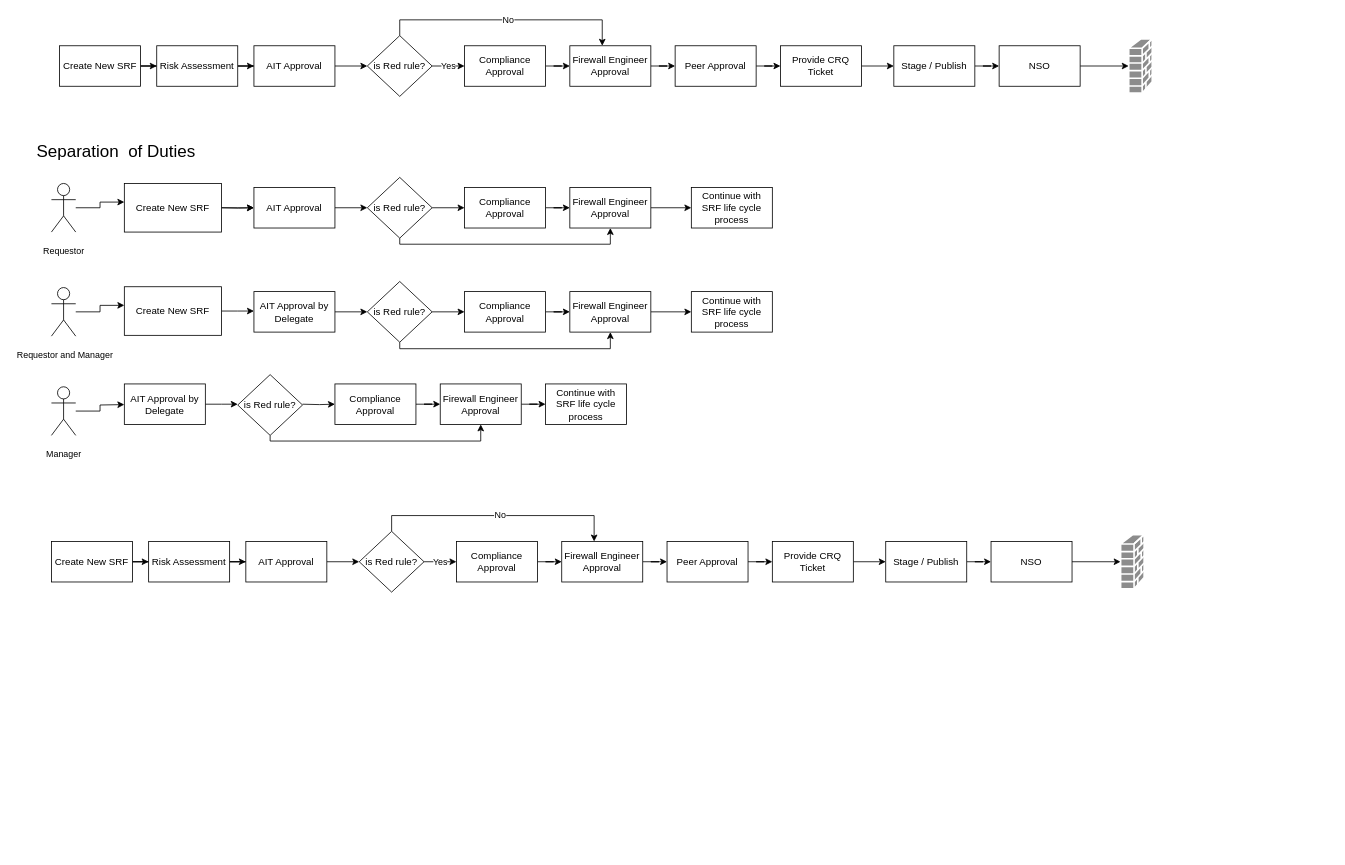
The draw.io diagram SRF Life Cycle.drawio in nilaratandas/drowInventory, before the edit. Source tidied: cells renumbered, new cells numbered last; positions are measured from the earlier drawing's top-left corner, leaving out a move shared by most shapes. Both pictures are drawn from the tidied source at 81%, with x=0, y=0 at pixel (27, 19).
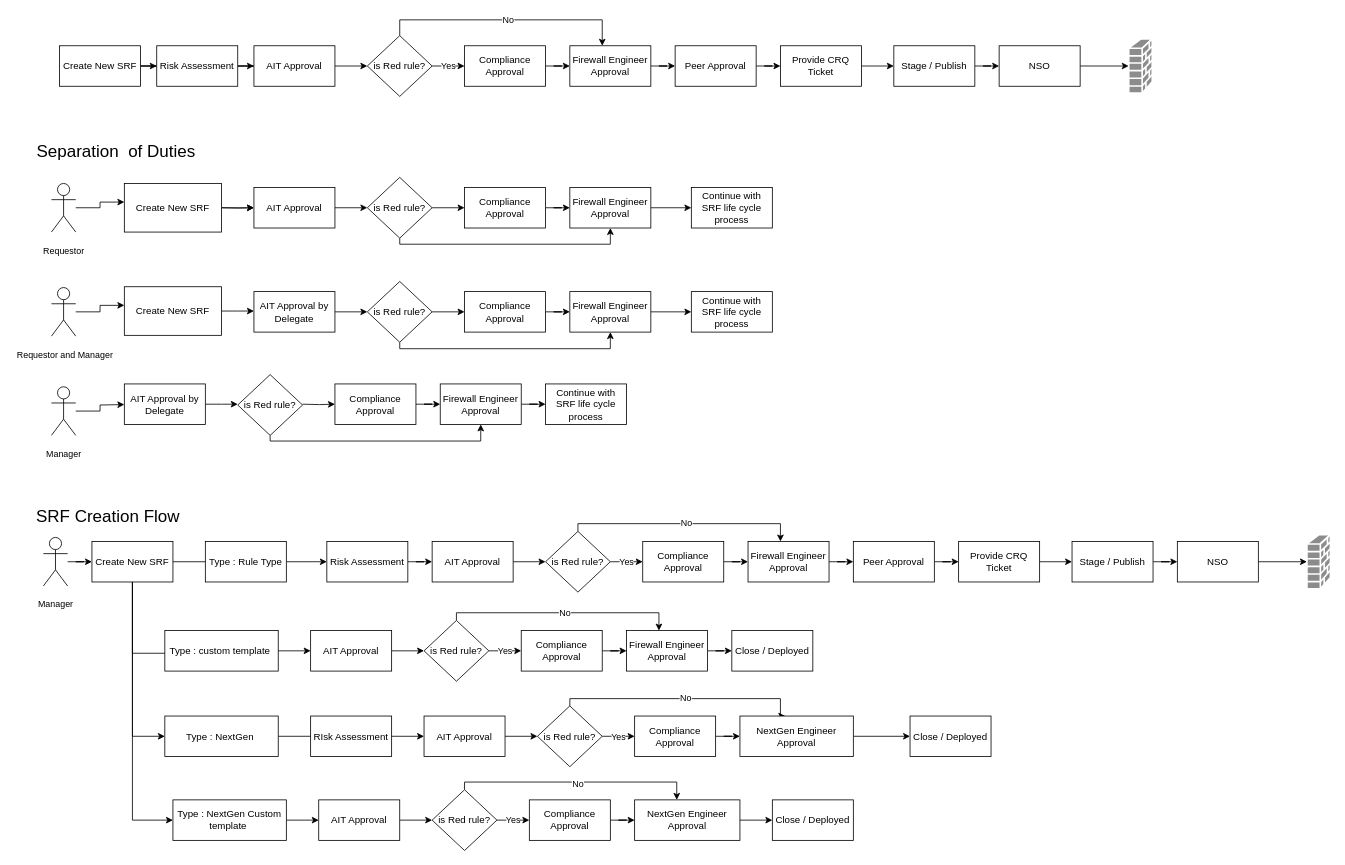
After the change.

Diff of the diagram source:
```diff
@@
-    <mxCell id="67" style="edgeStyle=orthogonalEdgeStyle;rounded=0;jettySize=auto;html=1;" parent="1" edge="1" source="68" target="70">
+    <mxCell id="67" style="edgeStyle=orthogonalEdgeStyle;rounded=0;jettySize=auto;html=1;startArrow=none;" parent="1" edge="1" source="96" target="70">
       <mxGeometry relative="1" as="geometry" />
     </mxCell>
+    <mxCell id="90" style="edgeStyle=orthogonalEdgeStyle;rounded=0;jettySize=auto;html=1;entryX=0;entryY=0.5;entryDx=0;entryDy=0;fontSize=11;" parent="1" edge="1" source="68" target="99">
+      <mxGeometry relative="1" as="geometry">
+        <Array as="points">
+          <mxPoint x="130" y="782" />
+          <mxPoint x="210" y="782" />
+        </Array>
+      </mxGeometry>
+    </mxCell>
+    <mxCell id="91" style="edgeStyle=orthogonalEdgeStyle;rounded=0;jettySize=auto;html=1;entryX=0;entryY=0.5;entryDx=0;entryDy=0;fontSize=11;" parent="1" edge="1" source="68" target="112">
+      <mxGeometry relative="1" as="geometry" />
+    </mxCell>
+    <mxCell id="92" style="edgeStyle=orthogonalEdgeStyle;rounded=0;jettySize=auto;html=1;entryX=0;entryY=0.5;entryDx=0;entryDy=0;fontSize=11;" parent="1" edge="1" source="68" target="126">
+      <mxGeometry relative="1" as="geometry" />
+    </mxCell>
     <mxCell id="68" value="Create New SRF" style="rounded=0;whiteSpace=wrap;html=1;" parent="1" vertex="1">
-      <mxGeometry x="30" y="644" width="100" height="50" as="geometry" />
+      <mxGeometry x="80" y="644" width="100" height="50" as="geometry" />
     </mxCell>
@@
     <mxCell id="70" value="Risk Assessment" style="rounded=0;whiteSpace=wrap;html=1;" parent="1" vertex="1">
-      <mxGeometry x="150" y="644" width="100" height="50" as="geometry" />
+      <mxGeometry x="370" y="644" width="100" height="50" as="geometry" />
     </mxCell>
@@
     <mxCell id="72" value="AIT Approval" style="rounded=0;whiteSpace=wrap;html=1;" parent="1" vertex="1">
-      <mxGeometry x="270" y="644" width="100" height="50" as="geometry" />
+      <mxGeometry x="500" y="644" width="100" height="50" as="geometry" />
     </mxCell>
@@
     <mxCell id="74" value="Compliance Approval" style="rounded=0;whiteSpace=wrap;html=1;" parent="1" vertex="1">
-      <mxGeometry x="530" y="644" width="100" height="50" as="geometry" />
+      <mxGeometry x="760" y="644" width="100" height="50" as="geometry" />
     </mxCell>
@@
     <mxCell id="76" style="edgeStyle=orthogonalEdgeStyle;rounded=0;jettySize=auto;html=1;entryX=0.4;entryY=0;entryDx=0;entryDy=0;entryPerimeter=0;fontSize=11;" parent="1" edge="1" source="78" target="80">
       <mxGeometry relative="1" as="geometry">
         <Array as="points">
-          <mxPoint x="450" y="612" />
-          <mxPoint x="700" y="612" />
+          <mxPoint x="680" y="622" />
+          <mxPoint x="930" y="622" />
         </Array>
       </mxGeometry>
     </mxCell>
@@
     <mxCell id="78" value="is Red rule?" style="rhombus;whiteSpace=wrap;html=1;" parent="1" vertex="1">
-      <mxGeometry x="410" y="631.5" width="80" height="75" as="geometry" />
+      <mxGeometry x="640" y="631.5" width="80" height="75" as="geometry" />
     </mxCell>
@@
     <mxCell id="80" value="Firewall Engineer Approval" style="rounded=0;whiteSpace=wrap;html=1;" parent="1" vertex="1">
-      <mxGeometry x="660" y="644" width="100" height="50" as="geometry" />
+      <mxGeometry x="890" y="644" width="100" height="50" as="geometry" />
     </mxCell>
@@
     <mxCell id="82" value="Peer Approval" style="rounded=0;whiteSpace=wrap;html=1;" parent="1" vertex="1">
-      <mxGeometry x="790" y="644" width="100" height="50" as="geometry" />
+      <mxGeometry x="1020" y="644" width="100" height="50" as="geometry" />
     </mxCell>
@@
     <mxCell id="84" value="Provide CRQ Ticket" style="rounded=0;whiteSpace=wrap;html=1;" parent="1" vertex="1">
-      <mxGeometry x="920" y="644" width="100" height="50" as="geometry" />
+      <mxGeometry x="1150" y="644" width="100" height="50" as="geometry" />
     </mxCell>
@@
     <mxCell id="86" value="Stage / Publish" style="rounded=0;whiteSpace=wrap;html=1;" parent="1" vertex="1">
-      <mxGeometry x="1060" y="644" width="100" height="50" as="geometry" />
+      <mxGeometry x="1290" y="644" width="100" height="50" as="geometry" />
     </mxCell>
@@
     <mxCell id="88" value="NSO" style="rounded=0;whiteSpace=wrap;html=1;" parent="1" vertex="1">
-      <mxGeometry x="1190" y="644" width="100" height="50" as="geometry" />
+      <mxGeometry x="1420" y="644" width="100" height="50" as="geometry" />
     </mxCell>
     <mxCell id="89" style="shape=mxgraph.cisco.security.firewall;sketch=0;html=1;dashed=0;fillColor=#8C8C8C;strokeColor=#ffffff;strokeWidth=2;verticalLabelPosition=bottom;verticalAlign=top;align=center;outlineConnect=0;" parent="1" vertex="1">
-      <mxGeometry x="1350" y="635.5" width="29" height="67" as="geometry" />
+      <mxGeometry x="1580" y="635.5" width="29" height="67" as="geometry" />
     </mxCell>
+    <mxCell id="93" value="SRF Creation Flow" style="text;html=1;strokeColor=none;fillColor=none;align=center;verticalAlign=middle;whiteSpace=wrap;rounded=0;fontSize=21;" parent="1" vertex="1">
+      <mxGeometry x="-10" y="591.5" width="220" height="40" as="geometry" />
+    </mxCell>
+    <mxCell id="94" style="edgeStyle=orthogonalEdgeStyle;rounded=0;jettySize=auto;html=1;entryX=0;entryY=0.5;entryDx=0;entryDy=0;fontSize=11;" parent="1" edge="1" source="95" target="68">
+      <mxGeometry relative="1" as="geometry" />
+    </mxCell>
+    <mxCell id="95" value="&lt;span style=&quot;font-size: 11px&quot;&gt;Manager&lt;/span&gt;" style="shape=umlActor;verticalLabelPosition=bottom;verticalAlign=top;html=1;outlineConnect=0;fontSize=21;" parent="1" vertex="1">
+      <mxGeometry x="20" y="639" width="30" height="60" as="geometry" />
+    </mxCell>
+    <mxCell id="96" value="Type : Rule Type" style="rounded=0;whiteSpace=wrap;html=1;" parent="1" vertex="1">
+      <mxGeometry x="220" y="644" width="100" height="50" as="geometry" />
+    </mxCell>
+    <mxCell id="97" style="edgeStyle=orthogonalEdgeStyle;rounded=0;jettySize=auto;html=1;endArrow=none;" parent="1" edge="1" source="68" target="96">
+      <mxGeometry relative="1" as="geometry" />
+    </mxCell>
+    <mxCell id="98" style="edgeStyle=orthogonalEdgeStyle;rounded=0;jettySize=auto;html=1;entryX=0;entryY=0.5;entryDx=0;entryDy=0;fontSize=11;" parent="1" edge="1" source="99" target="101">
+      <mxGeometry relative="1" as="geometry" />
+    </mxCell>
+    <mxCell id="99" value="Type : custom template&amp;nbsp;" style="rounded=0;whiteSpace=wrap;html=1;" parent="1" vertex="1">
+      <mxGeometry x="170" y="754" width="140" height="50" as="geometry" />
+    </mxCell>
+    <mxCell id="100" style="edgeStyle=orthogonalEdgeStyle;rounded=0;jettySize=auto;html=1;entryX=0;entryY=0.5;entryDx=0;entryDy=0;" parent="1" edge="1" source="101" target="107">
+      <mxGeometry relative="1" as="geometry" />
+    </mxCell>
+    <mxCell id="101" value="AIT Approval" style="rounded=0;whiteSpace=wrap;html=1;" parent="1" vertex="1">
+      <mxGeometry x="350" y="754" width="100" height="50" as="geometry" />
+    </mxCell>
+    <mxCell id="102" style="edgeStyle=orthogonalEdgeStyle;rounded=0;jettySize=auto;html=1;entryX=0;entryY=0.5;entryDx=0;entryDy=0;" parent="1" edge="1" source="103" target="109">
+      <mxGeometry relative="1" as="geometry" />
+    </mxCell>
+    <mxCell id="103" value="Compliance Approval" style="rounded=0;whiteSpace=wrap;html=1;" parent="1" vertex="1">
+      <mxGeometry x="610" y="754" width="100" height="50" as="geometry" />
+    </mxCell>
+    <mxCell id="104" value="Yes" style="edgeStyle=orthogonalEdgeStyle;rounded=0;jettySize=auto;html=1;entryX=0;entryY=0.5;entryDx=0;entryDy=0;" parent="1" edge="1" source="107" target="103">
+      <mxGeometry relative="1" as="geometry" />
+    </mxCell>
+    <mxCell id="105" style="edgeStyle=orthogonalEdgeStyle;rounded=0;jettySize=auto;html=1;entryX=0.4;entryY=0;entryDx=0;entryDy=0;entryPerimeter=0;fontSize=11;" parent="1" edge="1" source="107" target="109">
+      <mxGeometry relative="1" as="geometry">
+        <Array as="points">
+          <mxPoint x="530" y="732" />
+          <mxPoint x="780" y="732" />
+        </Array>
+      </mxGeometry>
+    </mxCell>
+    <mxCell id="106" value="No" style="edgeLabel;html=1;align=center;verticalAlign=middle;fontSize=11;" parent="105" vertex="1">
+      <mxGeometry x="0.01" y="1" relative="1" as="geometry">
+        <mxPoint x="1" as="offset" />
+      </mxGeometry>
+    </mxCell>
+    <mxCell id="107" value="is Red rule?" style="rhombus;whiteSpace=wrap;html=1;" parent="1" vertex="1">
+      <mxGeometry x="490" y="741.5" width="80" height="75" as="geometry" />
+    </mxCell>
+    <mxCell id="108" style="edgeStyle=orthogonalEdgeStyle;rounded=0;jettySize=auto;html=1;entryX=0;entryY=0.5;entryDx=0;entryDy=0;" parent="1" edge="1" source="109" target="110">
+      <mxGeometry relative="1" as="geometry" />
+    </mxCell>
+    <mxCell id="109" value="Firewall Engineer Approval" style="rounded=0;whiteSpace=wrap;html=1;" parent="1" vertex="1">
+      <mxGeometry x="740" y="754" width="100" height="50" as="geometry" />
+    </mxCell>
+    <mxCell id="110" value="Close / Deployed" style="rounded=0;whiteSpace=wrap;html=1;" parent="1" vertex="1">
+      <mxGeometry x="870" y="754" width="100" height="50" as="geometry" />
+    </mxCell>
+    <mxCell id="111" style="edgeStyle=orthogonalEdgeStyle;rounded=0;jettySize=auto;html=1;entryX=0;entryY=0.5;entryDx=0;entryDy=0;fontSize=11;" parent="1" edge="1" source="112" target="114">
+      <mxGeometry relative="1" as="geometry" />
+    </mxCell>
+    <mxCell id="112" value="Type : NextGen&amp;nbsp;" style="rounded=0;whiteSpace=wrap;html=1;" parent="1" vertex="1">
+      <mxGeometry x="170" y="859.5" width="140" height="50" as="geometry" />
+    </mxCell>
+    <mxCell id="113" style="edgeStyle=orthogonalEdgeStyle;rounded=0;jettySize=auto;html=1;entryX=0;entryY=0.5;entryDx=0;entryDy=0;" parent="1" edge="1" source="114" target="120">
+      <mxGeometry relative="1" as="geometry" />
+    </mxCell>
+    <mxCell id="114" value="AIT Approval" style="rounded=0;whiteSpace=wrap;html=1;" parent="1" vertex="1">
+      <mxGeometry x="490" y="859.5" width="100" height="50" as="geometry" />
+    </mxCell>
+    <mxCell id="115" style="edgeStyle=orthogonalEdgeStyle;rounded=0;jettySize=auto;html=1;entryX=0;entryY=0.5;entryDx=0;entryDy=0;" parent="1" edge="1" source="116" target="122">
+      <mxGeometry relative="1" as="geometry" />
+    </mxCell>
+    <mxCell id="116" value="Compliance Approval" style="rounded=0;whiteSpace=wrap;html=1;" parent="1" vertex="1">
+      <mxGeometry x="750" y="859.5" width="100" height="50" as="geometry" />
+    </mxCell>
+    <mxCell id="117" value="Yes" style="edgeStyle=orthogonalEdgeStyle;rounded=0;jettySize=auto;html=1;entryX=0;entryY=0.5;entryDx=0;entryDy=0;" parent="1" edge="1" source="120" target="116">
+      <mxGeometry relative="1" as="geometry" />
+    </mxCell>
+    <mxCell id="118" style="edgeStyle=orthogonalEdgeStyle;rounded=0;jettySize=auto;html=1;entryX=0.4;entryY=0;entryDx=0;entryDy=0;entryPerimeter=0;fontSize=11;" parent="1" edge="1" source="120" target="122">
+      <mxGeometry relative="1" as="geometry">
+        <Array as="points">
+          <mxPoint x="670" y="838" />
+          <mxPoint x="930" y="838" />
+          <mxPoint x="930" y="860" />
+        </Array>
+      </mxGeometry>
+    </mxCell>
+    <mxCell id="119" value="No" style="edgeLabel;html=1;align=center;verticalAlign=middle;fontSize=11;" parent="118" vertex="1">
+      <mxGeometry x="0.01" y="1" relative="1" as="geometry">
+        <mxPoint x="1" as="offset" />
+      </mxGeometry>
+    </mxCell>
+    <mxCell id="120" value="is Red rule?" style="rhombus;whiteSpace=wrap;html=1;" parent="1" vertex="1">
+      <mxGeometry x="630" y="847" width="80" height="75" as="geometry" />
+    </mxCell>
+    <mxCell id="121" style="edgeStyle=orthogonalEdgeStyle;rounded=0;jettySize=auto;html=1;entryX=0;entryY=0.5;entryDx=0;entryDy=0;" parent="1" edge="1" source="122" target="123">
+      <mxGeometry relative="1" as="geometry" />
+    </mxCell>
+    <mxCell id="122" value="NextGen Engineer Approval" style="rounded=0;whiteSpace=wrap;html=1;" parent="1" vertex="1">
+      <mxGeometry x="880" y="859.5" width="140" height="50" as="geometry" />
+    </mxCell>
+    <mxCell id="123" value="Close / Deployed" style="rounded=0;whiteSpace=wrap;html=1;" parent="1" vertex="1">
+      <mxGeometry x="1090" y="859.5" width="100" height="50" as="geometry" />
+    </mxCell>
+    <mxCell id="124" value="RIsk Assessment" style="rounded=0;whiteSpace=wrap;html=1;" parent="1" vertex="1">
+      <mxGeometry x="350" y="859.5" width="100" height="50" as="geometry" />
+    </mxCell>
+    <mxCell id="125" style="edgeStyle=orthogonalEdgeStyle;rounded=0;jettySize=auto;html=1;entryX=0;entryY=0.5;entryDx=0;entryDy=0;fontSize=11;" parent="1" edge="1" source="126" target="128">
+      <mxGeometry relative="1" as="geometry" />
+    </mxCell>
+    <mxCell id="126" value="Type : NextGen Custom template&amp;nbsp;" style="rounded=0;whiteSpace=wrap;html=1;" parent="1" vertex="1">
+      <mxGeometry x="180" y="963" width="140" height="50" as="geometry" />
+    </mxCell>
+    <mxCell id="127" style="edgeStyle=orthogonalEdgeStyle;rounded=0;jettySize=auto;html=1;entryX=0;entryY=0.5;entryDx=0;entryDy=0;" parent="1" edge="1" source="128" target="134">
+      <mxGeometry relative="1" as="geometry" />
+    </mxCell>
+    <mxCell id="128" value="AIT Approval" style="rounded=0;whiteSpace=wrap;html=1;" parent="1" vertex="1">
+      <mxGeometry x="360" y="963" width="100" height="50" as="geometry" />
+    </mxCell>
+    <mxCell id="129" style="edgeStyle=orthogonalEdgeStyle;rounded=0;jettySize=auto;html=1;entryX=0;entryY=0.5;entryDx=0;entryDy=0;" parent="1" edge="1" source="130" target="136">
+      <mxGeometry relative="1" as="geometry" />
+    </mxCell>
+    <mxCell id="130" value="Compliance Approval" style="rounded=0;whiteSpace=wrap;html=1;" parent="1" vertex="1">
+      <mxGeometry x="620" y="963" width="100" height="50" as="geometry" />
+    </mxCell>
+    <mxCell id="131" value="Yes" style="edgeStyle=orthogonalEdgeStyle;rounded=0;jettySize=auto;html=1;entryX=0;entryY=0.5;entryDx=0;entryDy=0;" parent="1" edge="1" source="134" target="130">
+      <mxGeometry relative="1" as="geometry" />
+    </mxCell>
+    <mxCell id="132" style="edgeStyle=orthogonalEdgeStyle;rounded=0;jettySize=auto;html=1;entryX=0.4;entryY=0;entryDx=0;entryDy=0;entryPerimeter=0;fontSize=11;" parent="1" edge="1" source="134" target="136">
+      <mxGeometry relative="1" as="geometry">
+        <Array as="points">
+          <mxPoint x="540" y="941" />
+          <mxPoint x="802" y="941" />
+        </Array>
+      </mxGeometry>
+    </mxCell>
+    <mxCell id="133" value="No" style="edgeLabel;html=1;align=center;verticalAlign=middle;fontSize=11;" parent="132" vertex="1">
+      <mxGeometry x="0.01" y="1" relative="1" as="geometry">
+        <mxPoint x="1" y="2" as="offset" />
+      </mxGeometry>
+    </mxCell>
+    <mxCell id="134" value="is Red rule?" style="rhombus;whiteSpace=wrap;html=1;" parent="1" vertex="1">
+      <mxGeometry x="500" y="950.5" width="80" height="75" as="geometry" />
+    </mxCell>
+    <mxCell id="135" style="edgeStyle=orthogonalEdgeStyle;rounded=0;jettySize=auto;html=1;entryX=0;entryY=0.5;entryDx=0;entryDy=0;" parent="1" edge="1" source="136" target="137">
+      <mxGeometry relative="1" as="geometry" />
+    </mxCell>
+    <mxCell id="136" value="NextGen Engineer Approval" style="rounded=0;whiteSpace=wrap;html=1;" parent="1" vertex="1">
+      <mxGeometry x="750" y="963" width="130" height="50" as="geometry" />
+    </mxCell>
+    <mxCell id="137" value="Close / Deployed" style="rounded=0;whiteSpace=wrap;html=1;" parent="1" vertex="1">
+      <mxGeometry x="920" y="963" width="100" height="50" as="geometry" />
+    </mxCell>
```
